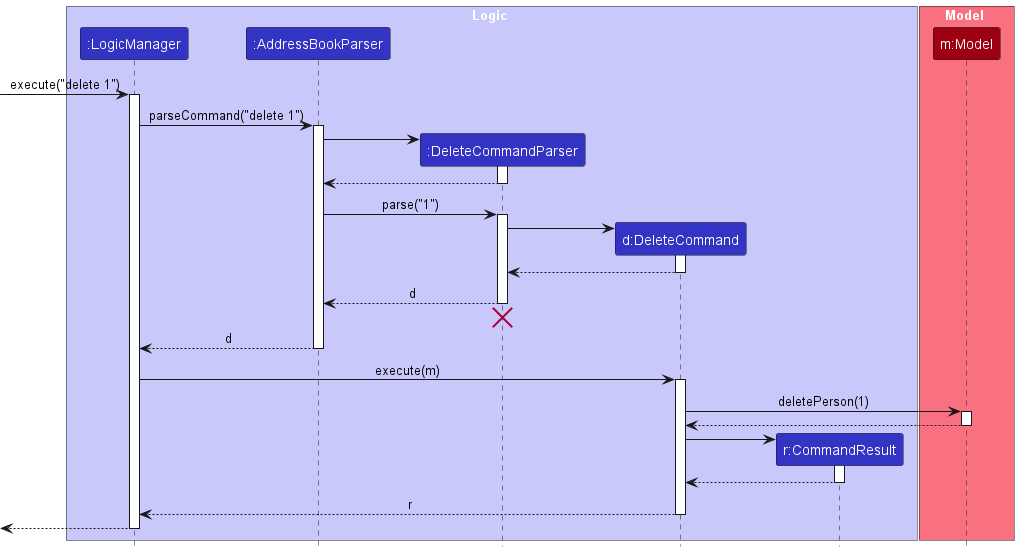
Earlier version of the PlantUML export docs/images/DeleteSequenceDiagram.png (nus-cs2103-AY2425S1/tp).
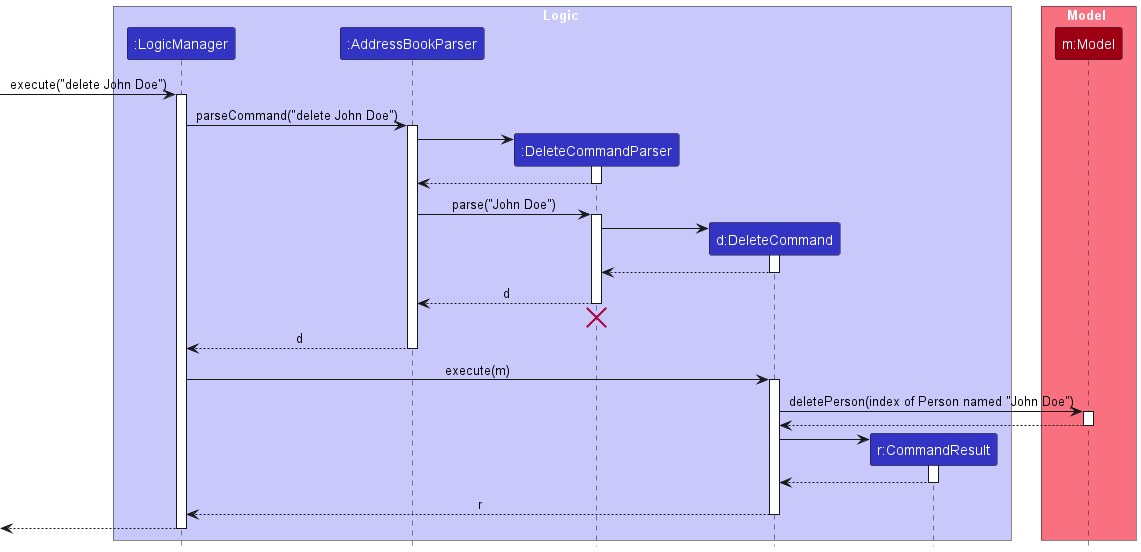
The same diagram one commit later.

Commit message:
Update sequence diagram for delete

Diff of the diagram source:
```diff
@@ -14,10 +14,10 @@
 participant "m:Model" as Model MODEL_COLOR
 end box
 
-[-> LogicManager : execute("delete 1")
+[-> LogicManager : execute("delete John Doe")
 activate LogicManager
 
-LogicManager -> AddressBookParser : parseCommand("delete 1")
+LogicManager -> AddressBookParser : parseCommand("delete John Doe")
 activate AddressBookParser
 
 create DeleteCommandParser
@@ -27,7 +27,7 @@
 DeleteCommandParser --> AddressBookParser
 deactivate DeleteCommandParser
 
-AddressBookParser -> DeleteCommandParser : parse("1")
+AddressBookParser -> DeleteCommandParser : parse("John Doe")
 activate DeleteCommandParser
 
 create DeleteCommand
@@ -48,7 +48,7 @@
 LogicManager -> DeleteCommand : execute(m)
 activate DeleteCommand
 
-DeleteCommand -> Model : deletePerson(1)
+DeleteCommand -> Model : deletePerson(index of Person named "John Doe")
 activate Model
 
 Model --> DeleteCommand
```
